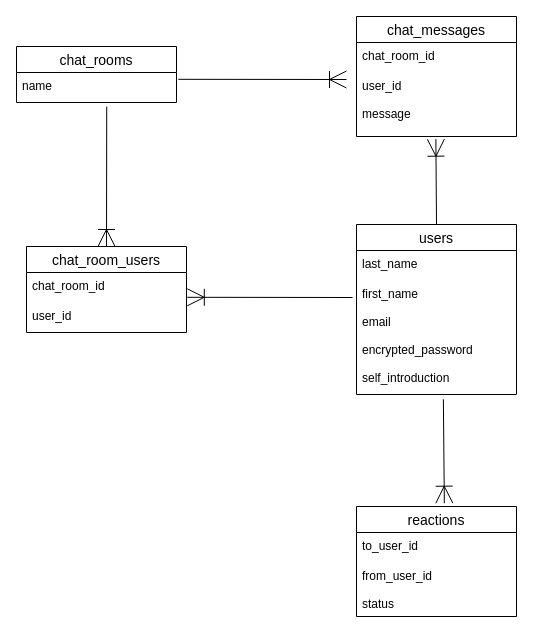
This is test.dio from kkkzm10/original_app, a draw.io file, before an edit. Source tidied: cells renumbered, new cells numbered last; positions are measured from the earlier drawing's top-left corner, leaving out a move shared by most shapes. Both pictures are drawn from the tidied source at 100%, with x=0, y=0 at pixel (16, 16).
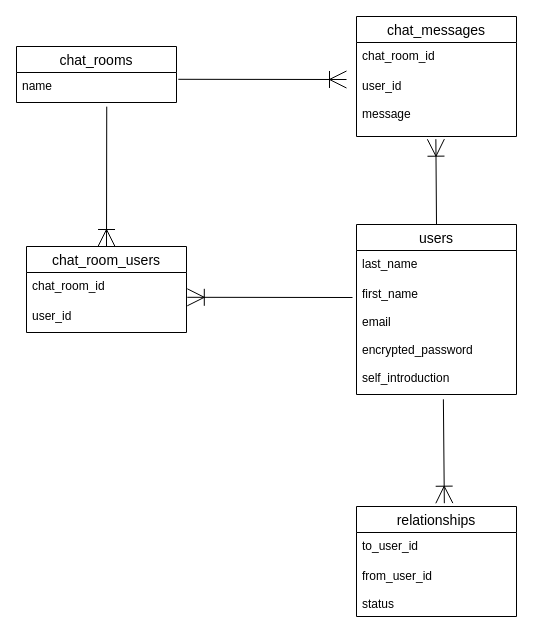
Above is the later version.

Change to the diagram source:
```diff
@@
-    <mxCell id="13" value="reactions" style="swimlane;fontStyle=0;horizontal=1;startSize=26;align=center;fontSize=14;" parent="1" vertex="1">
+    <mxCell id="13" value="relationships" style="swimlane;fontStyle=0;horizontal=1;startSize=26;align=center;fontSize=14;" parent="1" vertex="1">
       <mxGeometry x="340" y="490" width="160" height="110" as="geometry" />
     </mxCell>
```
